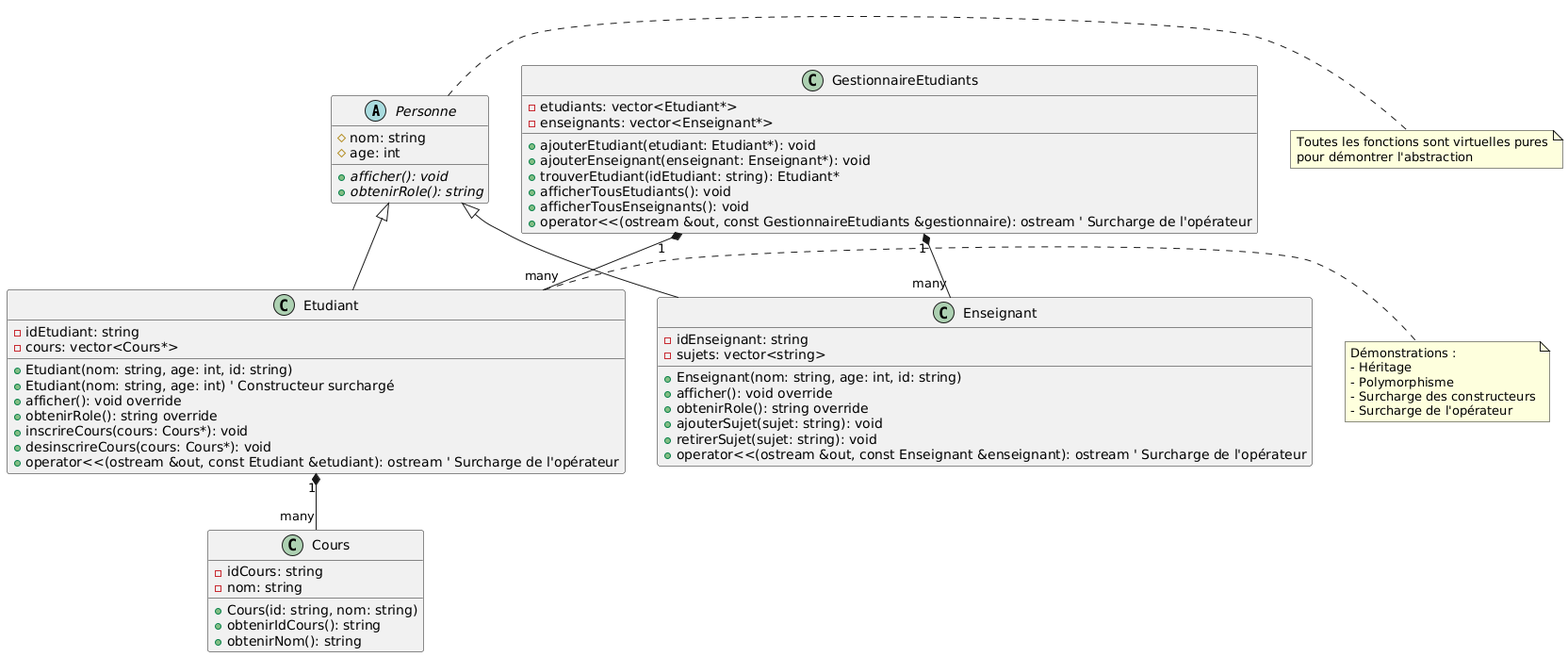
Above: UML.png in Ramiu88/student-manager (PlantUML), before the change.
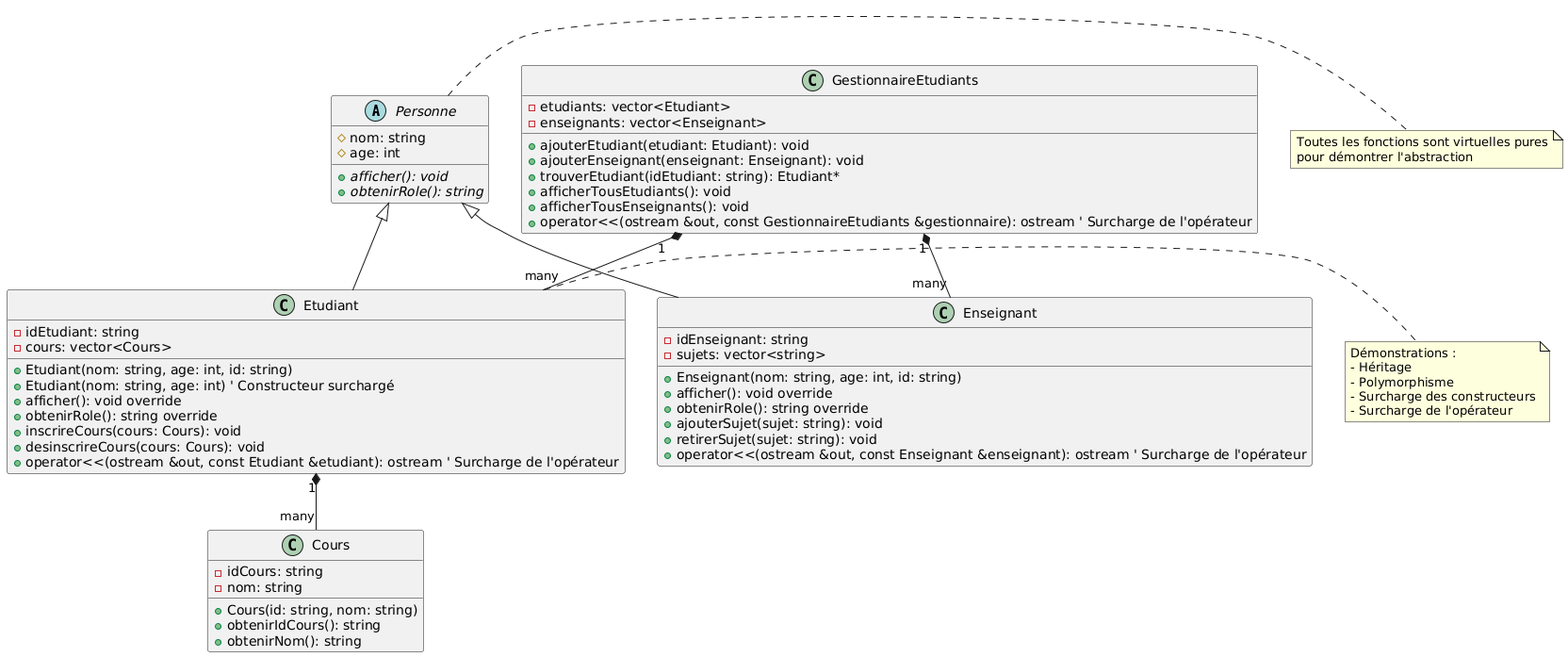
After the commit.

Diff of the diagram source:
```diff
@@ -8,13 +8,13 @@
 
 class Etudiant {
   - idEtudiant: string
-  - cours: vector<Cours*>
+  - cours: vector<Cours>
   + Etudiant(nom: string, age: int, id: string)
   + Etudiant(nom: string, age: int) ' Constructeur surchargé
   + afficher(): void override
   + obtenirRole(): string override
-  + inscrireCours(cours: Cours*): void
-  + desinscrireCours(cours: Cours*): void
+  + inscrireCours(cours: Cours): void
+  + desinscrireCours(cours: Cours): void
   + operator<<(ostream &out, const Etudiant &etudiant): ostream ' Surcharge de l'opérateur
 }
 
@@ -38,10 +38,10 @@
 }
 
 class GestionnaireEtudiants {
-  - etudiants: vector<Etudiant*>
-  - enseignants: vector<Enseignant*>
-  + ajouterEtudiant(etudiant: Etudiant*): void
-  + ajouterEnseignant(enseignant: Enseignant*): void
+  - etudiants: vector<Etudiant>
+  - enseignants: vector<Enseignant>
+  + ajouterEtudiant(etudiant: Etudiant): void
+  + ajouterEnseignant(enseignant: Enseignant): void
   + trouverEtudiant(idEtudiant: string): Etudiant*
   + afficherTousEtudiants(): void
   + afficherTousEnseignants(): void
```
